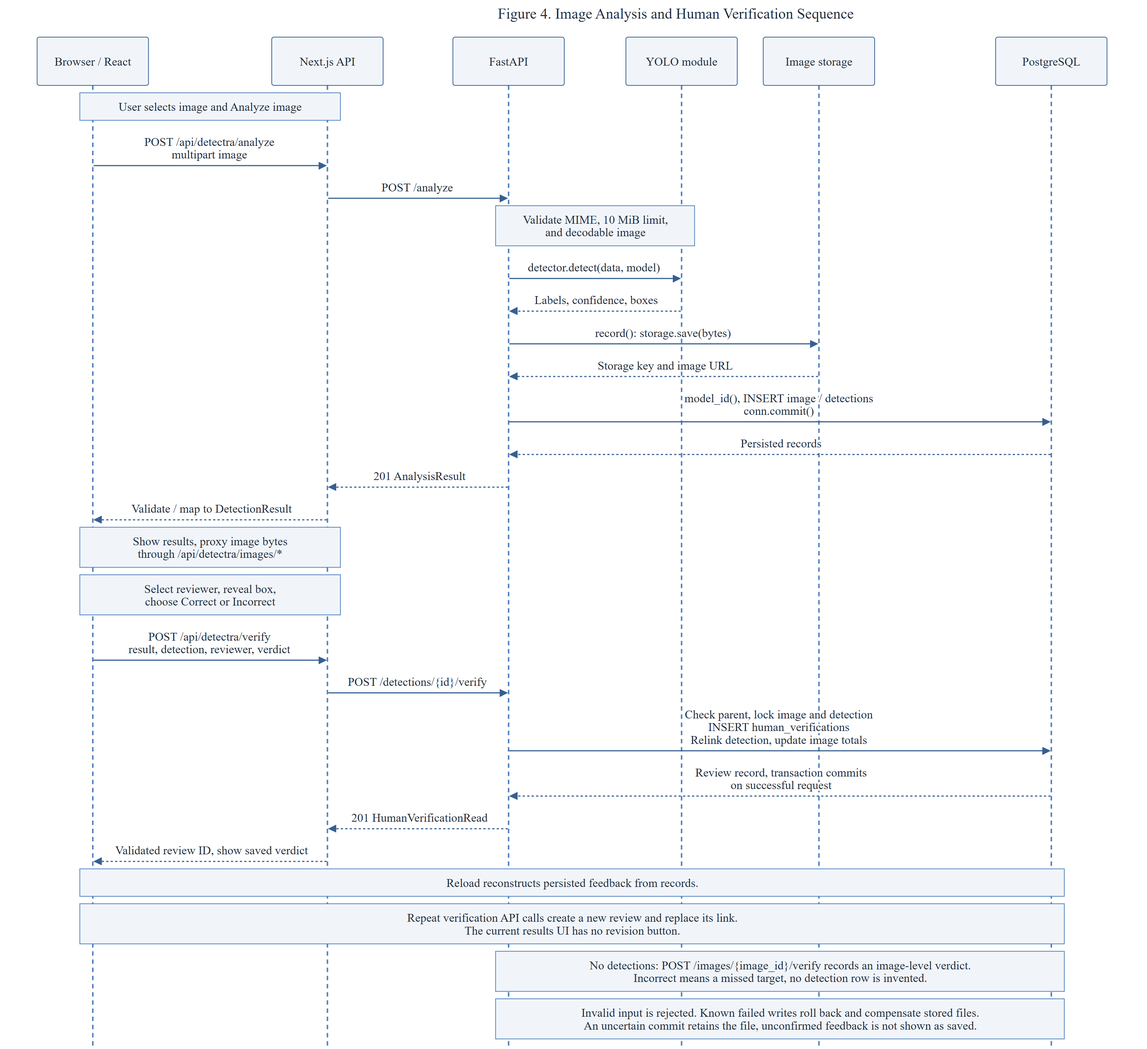
Earlier version of the Mermaid export docs/phase4/figures/figure-04-analysis-verification-sequence.png (elyannmarih/Computer-Vision-Based-Animal-Detection-and-Monitoring-System). Its source is kept beside it as docs/phase4/figures/figure-04-analysis-verification-sequence.mmd. The source it was exported from:
```mermaid
---
title: Figure 4. Image Analysis and Human Verification Sequence
config:
  theme: base
  look: classic
  markdownAutoWrap: false
  themeVariables:
    fontFamily: Times New Roman, Times, serif
    fontSize: 20px
    primaryColor: '#F1F5FA'
    primaryTextColor: '#202C3B'
    primaryBorderColor: '#365F91'
    lineColor: '#365F91'
    actorBkg: '#F1F5FA'
    actorBorder: '#365F91'
    actorTextColor: '#202C3B'
    actorLineColor: '#4F81BD'
    signalColor: '#365F91'
    signalTextColor: '#202C3B'
    noteBkgColor: '#F1F5FA'
    noteBorderColor: '#4F81BD'
    noteTextColor: '#202C3B'
    labelBoxBkgColor: '#FFFFFF'
    labelBoxBorderColor: '#365F91'
    labelTextColor: '#365F91'
    loopTextColor: '#202C3B'
  themeCSS: ".actor-line {stroke-dasharray: 6 5;} .messageText {paint-order: stroke; stroke: white; stroke-width: 5px; stroke-linejoin: round;} .titleText {fill: #365F91;}"
  sequence:
    actorFontFamily: Times New Roman, Times, serif
    actorFontSize: 20
    messageFontFamily: Times New Roman, Times, serif
    messageFontSize: 20
    noteFontFamily: Times New Roman, Times, serif
    noteFontSize: 20
    mirrorActors: false
    actorMargin: 35
    messageMargin: 32
    wrap: false
---
sequenceDiagram
  accTitle: Image Analysis and Human Verification Sequence
  accDescr: Ordered calls and returns for upload, real inference, storage, database persistence and human feedback. Notes distinguish API revision from the current UI.
  participant B as Browser / React
  participant N as Next.js API
  participant A as FastAPI
  participant Y as YOLO module
  participant S as Image storage
  participant D as PostgreSQL
  Note over B,N: User selects image and Analyze image
  B->>N: POST /api/detectra/analyze<br/>multipart image
  N->>A: POST /analyze
  Note over A,Y: Validate MIME, 10 MiB limit,<br/>and decodable image
  A->>Y: detector.detect(data, model)
  Y-->>A: Labels, confidence, boxes
  A->>S: record(): storage.save(bytes)
  S-->>A: Storage key and image URL
  A->>D: model_id(), INSERT image / detections<br/>conn.commit()
  D-->>A: Persisted records
  A-->>N: 201 AnalysisResult
  N-->>B: Validate / map to DetectionResult
  Note over B,N: Show results, proxy image bytes<br/>through /api/detectra/images/*
  Note over B,N: Select reviewer, reveal box,<br/>choose Correct or Incorrect
  B->>N: POST /api/detectra/verify<br/>result, detection, reviewer, verdict
  N->>A: POST /detections/{id}/verify
  A->>D: Check parent, lock image and detection<br/>INSERT human_verifications<br/>Relink detection, update image totals
  D-->>A: Review record, transaction commits<br/>on successful request
  A-->>N: 201 HumanVerificationRead
  N-->>B: Validated review ID, show saved verdict
  Note over B,D: Reload reconstructs persisted feedback from records.
  Note over B,D: Repeat verification API calls create a new review and replace its link.<br/>The current results UI has no revision button.
  Note over A,D: No detections: POST /images/{image_id}/verify records an image-level verdict.<br/>Incorrect means a missed target, no detection row is invented.
  Note over A,D: Invalid input is rejected. Known failed writes roll back and compensate stored files.<br/>An uncertain commit retains the file, unconfirmed feedback is not shown as saved.
```
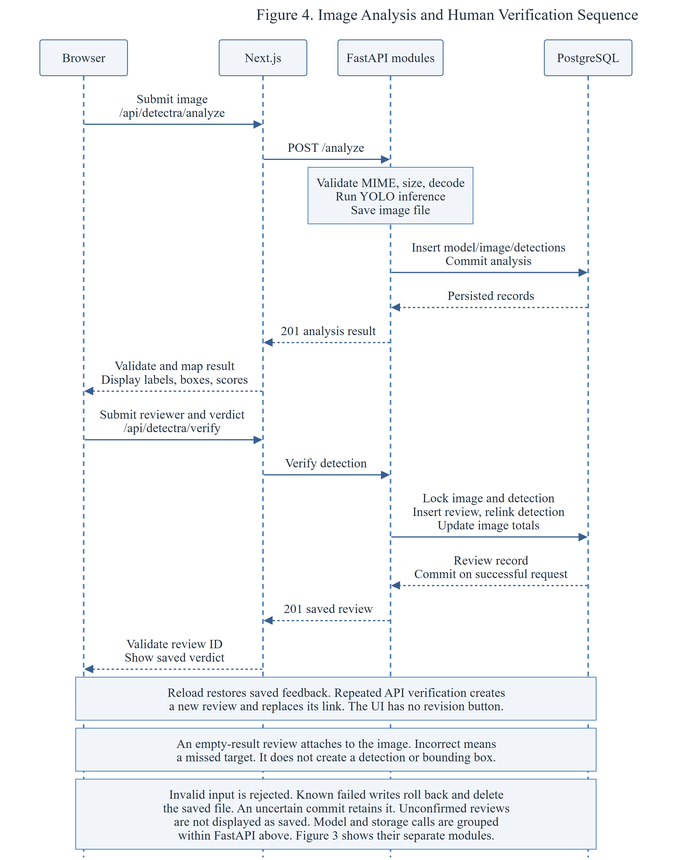
The same diagram one commit later.

Commit message:
docs: complete report figures and person evidence

The edit, as a diff of the source:
```diff
@@ -33,40 +33,32 @@
     noteFontFamily: Times New Roman, Times, serif
     noteFontSize: 20
     mirrorActors: false
-    actorMargin: 35
-    messageMargin: 32
+    actorMargin: 20
+    messageMargin: 18
+    width: 110
+    height: 45
     wrap: false
 ---
 sequenceDiagram
   accTitle: Image Analysis and Human Verification Sequence
   accDescr: Ordered calls and returns for upload, real inference, storage, database persistence and human feedback. Notes distinguish API revision from the current UI.
-  participant B as Browser / React
-  participant N as Next.js API
-  participant A as FastAPI
-  participant Y as YOLO module
-  participant S as Image storage
+  participant B as Browser
+  participant N as Next.js
+  participant A as FastAPI modules
   participant D as PostgreSQL
-  Note over B,N: User selects image and Analyze image
-  B->>N: POST /api/detectra/analyze<br/>multipart image
+  B->>N: Submit image<br/>/api/detectra/analyze
   N->>A: POST /analyze
-  Note over A,Y: Validate MIME, 10 MiB limit,<br/>and decodable image
-  A->>Y: detector.detect(data, model)
-  Y-->>A: Labels, confidence, boxes
-  A->>S: record(): storage.save(bytes)
-  S-->>A: Storage key and image URL
-  A->>D: model_id(), INSERT image / detections<br/>conn.commit()
+  Note over A: Validate MIME, size, decode<br/>Run YOLO inference<br/>Save image file
+  A->>D: Insert model/image/detections<br/>Commit analysis
   D-->>A: Persisted records
-  A-->>N: 201 AnalysisResult
-  N-->>B: Validate / map to DetectionResult
-  Note over B,N: Show results, proxy image bytes<br/>through /api/detectra/images/*
-  Note over B,N: Select reviewer, reveal box,<br/>choose Correct or Incorrect
-  B->>N: POST /api/detectra/verify<br/>result, detection, reviewer, verdict
-  N->>A: POST /detections/{id}/verify
-  A->>D: Check parent, lock image and detection<br/>INSERT human_verifications<br/>Relink detection, update image totals
-  D-->>A: Review record, transaction commits<br/>on successful request
-  A-->>N: 201 HumanVerificationRead
-  N-->>B: Validated review ID, show saved verdict
-  Note over B,D: Reload reconstructs persisted feedback from records.
-  Note over B,D: Repeat verification API calls create a new review and replace its link.<br/>The current results UI has no revision button.
-  Note over A,D: No detections: POST /images/{image_id}/verify records an image-level verdict.<br/>Incorrect means a missed target, no detection row is invented.
-  Note over A,D: Invalid input is rejected. Known failed writes roll back and compensate stored files.<br/>An uncertain commit retains the file, unconfirmed feedback is not shown as saved.
+  A-->>N: 201 analysis result
+  N-->>B: Validate and map result<br/>Display labels, boxes, scores
+  B->>N: Submit reviewer and verdict<br/>/api/detectra/verify
+  N->>A: Verify detection
+  A->>D: Lock image and detection<br/>Insert review, relink detection<br/>Update image totals
+  D-->>A: Review record<br/>Commit on successful request
+  A-->>N: 201 saved review
+  N-->>B: Validate review ID<br/>Show saved verdict
+  Note over B,D: Reload restores saved feedback. Repeated API verification creates<br/>a new review and replaces its link. The UI has no revision button.
+  Note over B,D: An empty-result review attaches to the image. Incorrect means<br/>a missed target. It does not create a detection or bounding box.
+  Note over B,D: Invalid input is rejected. Known failed writes roll back and delete<br/>the saved file. An uncertain commit retains it. Unconfirmed reviews<br/>are not displayed as saved. Model and storage calls are grouped<br/>within FastAPI above. Figure 3 shows their separate modules.
```
